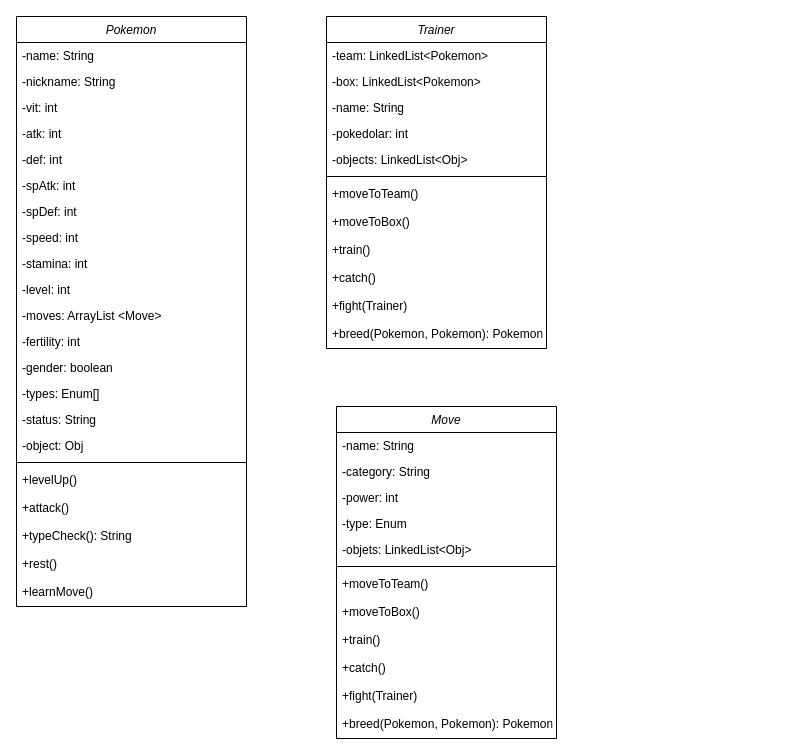
This is dia/DiagramaClasesPokemon.drawio from GabriLoren/Pokemon, a draw.io file, before an edit. Source tidied: cells renumbered, new cells numbered last; positions are measured from the earlier drawing's top-left corner, leaving out a move shared by most shapes. Both pictures are drawn from the tidied source at 100%, with x=0, y=0 at pixel (16, 16).
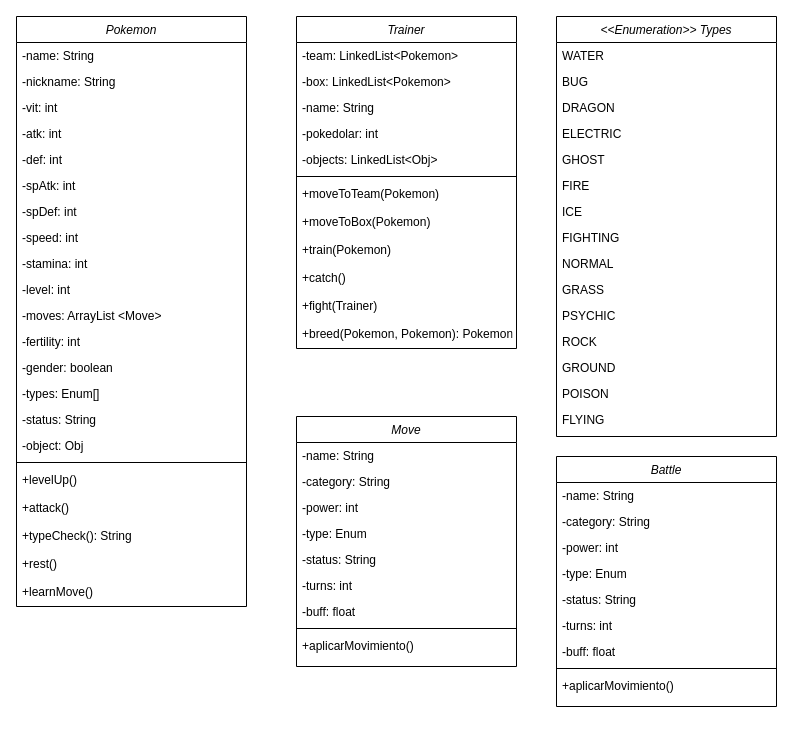
The same page after the edit.

Commit message (it also covers changes not shown here):
Progreso diagrama de clases

Diff of the diagram source:
```diff
@@
     <mxCell id="25" value="Trainer" style="swimlane;fontStyle=2;align=center;verticalAlign=top;horizontal=1;startSize=26;rounded=0;shadow=0;strokeWidth=1;" parent="1" vertex="1">
-      <mxGeometry x="310" width="220" height="332" as="geometry" />
+      <mxGeometry x="280" width="220" height="332" as="geometry" />
     </mxCell>
@@
-    <mxCell id="32" value="+moveToTeam()" style="text;align=left;verticalAlign=top;spacingLeft=4;spacingRight=4;overflow=hidden;" parent="25" vertex="1">
+    <mxCell id="32" value="+moveToTeam(Pokemon)" style="text;align=left;verticalAlign=top;spacingLeft=4;spacingRight=4;overflow=hidden;" parent="25" vertex="1">
       <mxGeometry y="164" width="220" height="28" as="geometry" />
     </mxCell>
-    <mxCell id="33" value="+moveToBox()" style="text;align=left;verticalAlign=top;spacingLeft=4;spacingRight=4;overflow=hidden;" parent="25" vertex="1">
+    <mxCell id="33" value="+moveToBox(Pokemon)" style="text;align=left;verticalAlign=top;spacingLeft=4;spacingRight=4;overflow=hidden;" parent="25" vertex="1">
       <mxGeometry y="192" width="220" height="28" as="geometry" />
     </mxCell>
-    <mxCell id="34" value="+train()" style="text;align=left;verticalAlign=top;spacingLeft=4;spacingRight=4;overflow=hidden;" parent="25" vertex="1">
+    <mxCell id="34" value="+train(Pokemon)" style="text;align=left;verticalAlign=top;spacingLeft=4;spacingRight=4;overflow=hidden;" parent="25" vertex="1">
       <mxGeometry y="220" width="220" height="28" as="geometry" />
     </mxCell>
@@
     <mxCell id="38" value="Move" style="swimlane;fontStyle=2;align=center;verticalAlign=top;horizontal=1;startSize=26;rounded=0;shadow=0;strokeWidth=1;" parent="1" vertex="1">
-      <mxGeometry x="320" y="390" width="220" height="332" as="geometry" />
+      <mxGeometry x="280" y="400" width="220" height="250" as="geometry" />
     </mxCell>
@@
-    <mxCell id="43" value="-objets: LinkedList&lt;Obj&gt;" style="text;align=left;verticalAlign=top;spacingLeft=4;spacingRight=4;overflow=hidden;rounded=0;shadow=0;html=0;" parent="38" vertex="1">
-      <mxGeometry y="130" width="220" height="26" as="geometry" />
-    </mxCell>
+    <mxCell id="51" value="-status: String" style="text;align=left;verticalAlign=top;spacingLeft=4;spacingRight=4;overflow=hidden;rounded=0;shadow=0;html=0;" parent="38" vertex="1">
+      <mxGeometry y="130" width="220" height="26" as="geometry" />
+    </mxCell>
+    <mxCell id="52" value="-turns: int" style="text;align=left;verticalAlign=top;spacingLeft=4;spacingRight=4;overflow=hidden;rounded=0;shadow=0;html=0;" parent="38" vertex="1">
+      <mxGeometry y="156" width="220" height="26" as="geometry" />
+    </mxCell>
+    <mxCell id="53" value="-buff: float" style="text;align=left;verticalAlign=top;spacingLeft=4;spacingRight=4;overflow=hidden;rounded=0;shadow=0;html=0;" parent="38" vertex="1">
+      <mxGeometry y="182" width="220" height="26" as="geometry" />
+    </mxCell>
     <mxCell id="44" style="line;html=1;strokeWidth=1;align=left;verticalAlign=middle;spacingTop=-1;spacingLeft=3;spacingRight=3;labelPosition=right;" parent="38" vertex="1">
-      <mxGeometry y="156" width="220" height="8" as="geometry" />
+      <mxGeometry y="208" width="220" height="8" as="geometry" />
     </mxCell>
-    <mxCell id="45" value="+moveToTeam()" style="text;align=left;verticalAlign=top;spacingLeft=4;spacingRight=4;overflow=hidden;" parent="38" vertex="1">
-      <mxGeometry y="164" width="220" height="28" as="geometry" />
+    <mxCell id="45" value="+aplicarMovimiento()" style="text;align=left;verticalAlign=top;spacingLeft=4;spacingRight=4;overflow=hidden;" parent="38" vertex="1">
+      <mxGeometry y="216" width="220" height="28" as="geometry" />
     </mxCell>
-    <mxCell id="46" value="+moveToBox()" style="text;align=left;verticalAlign=top;spacingLeft=4;spacingRight=4;overflow=hidden;" parent="38" vertex="1">
-      <mxGeometry y="192" width="220" height="28" as="geometry" />
-    </mxCell>
-    <mxCell id="47" value="+train()" style="text;align=left;verticalAlign=top;spacingLeft=4;spacingRight=4;overflow=hidden;" parent="38" vertex="1">
-      <mxGeometry y="220" width="220" height="28" as="geometry" />
-    </mxCell>
-    <mxCell id="48" value="+catch()" style="text;align=left;verticalAlign=top;spacingLeft=4;spacingRight=4;overflow=hidden;" parent="38" vertex="1">
-      <mxGeometry y="248" width="220" height="28" as="geometry" />
-    </mxCell>
-    <mxCell id="49" value="+fight(Trainer)" style="text;align=left;verticalAlign=top;spacingLeft=4;spacingRight=4;overflow=hidden;" parent="38" vertex="1">
-      <mxGeometry y="276" width="220" height="28" as="geometry" />
-    </mxCell>
-    <mxCell id="50" value="+breed(Pokemon, Pokemon): Pokemon" style="text;align=left;verticalAlign=top;spacingLeft=4;spacingRight=4;overflow=hidden;" parent="38" vertex="1">
-      <mxGeometry y="304" width="220" height="28" as="geometry" />
-    </mxCell>
+    <mxCell id="54" value="&lt;&lt;Enumeration&gt;&gt; Types" style="swimlane;fontStyle=2;align=center;verticalAlign=top;horizontal=1;startSize=26;rounded=0;shadow=0;strokeWidth=1;fontSize=12;" parent="1" vertex="1">
+      <mxGeometry x="540" width="220" height="420" as="geometry" />
+    </mxCell>
+    <mxCell id="55" value="WATER" style="text;align=left;verticalAlign=top;spacingLeft=4;spacingRight=4;overflow=hidden;rounded=0;shadow=0;html=0;" parent="54" vertex="1">
+      <mxGeometry y="26" width="220" height="26" as="geometry" />
+    </mxCell>
+    <mxCell id="56" value="BUG" style="text;align=left;verticalAlign=top;spacingLeft=4;spacingRight=4;overflow=hidden;" parent="54" vertex="1">
+      <mxGeometry y="52" width="220" height="26" as="geometry" />
+    </mxCell>
+    <mxCell id="57" value="DRAGON" style="text;align=left;verticalAlign=top;spacingLeft=4;spacingRight=4;overflow=hidden;rounded=0;shadow=0;html=0;" parent="54" vertex="1">
+      <mxGeometry y="78" width="220" height="26" as="geometry" />
+    </mxCell>
+    <mxCell id="58" value="ELECTRIC" style="text;align=left;verticalAlign=top;spacingLeft=4;spacingRight=4;overflow=hidden;rounded=0;shadow=0;html=0;" parent="54" vertex="1">
+      <mxGeometry y="104" width="220" height="26" as="geometry" />
+    </mxCell>
+    <mxCell id="59" value="GHOST" style="text;align=left;verticalAlign=top;spacingLeft=4;spacingRight=4;overflow=hidden;rounded=0;shadow=0;html=0;" parent="54" vertex="1">
+      <mxGeometry y="130" width="220" height="26" as="geometry" />
+    </mxCell>
+    <mxCell id="60" value="FIRE" style="text;align=left;verticalAlign=top;spacingLeft=4;spacingRight=4;overflow=hidden;rounded=0;shadow=0;html=0;" parent="54" vertex="1">
+      <mxGeometry y="156" width="220" height="26" as="geometry" />
+    </mxCell>
+    <mxCell id="61" value="ICE" style="text;align=left;verticalAlign=top;spacingLeft=4;spacingRight=4;overflow=hidden;rounded=0;shadow=0;html=0;" parent="54" vertex="1">
+      <mxGeometry y="182" width="220" height="26" as="geometry" />
+    </mxCell>
+    <mxCell id="62" value="FIGHTING" style="text;align=left;verticalAlign=top;spacingLeft=4;spacingRight=4;overflow=hidden;rounded=0;shadow=0;html=0;" parent="54" vertex="1">
+      <mxGeometry y="208" width="220" height="26" as="geometry" />
+    </mxCell>
+    <mxCell id="63" value="NORMAL" style="text;align=left;verticalAlign=top;spacingLeft=4;spacingRight=4;overflow=hidden;rounded=0;shadow=0;html=0;" parent="54" vertex="1">
+      <mxGeometry y="234" width="220" height="26" as="geometry" />
+    </mxCell>
+    <mxCell id="64" value="GRASS" style="text;align=left;verticalAlign=top;spacingLeft=4;spacingRight=4;overflow=hidden;rounded=0;shadow=0;html=0;" parent="54" vertex="1">
+      <mxGeometry y="260" width="220" height="26" as="geometry" />
+    </mxCell>
+    <mxCell id="65" value="PSYCHIC" style="text;align=left;verticalAlign=top;spacingLeft=4;spacingRight=4;overflow=hidden;rounded=0;shadow=0;html=0;" parent="54" vertex="1">
+      <mxGeometry y="286" width="220" height="26" as="geometry" />
+    </mxCell>
+    <mxCell id="66" value="ROCK" style="text;align=left;verticalAlign=top;spacingLeft=4;spacingRight=4;overflow=hidden;rounded=0;shadow=0;html=0;" parent="54" vertex="1">
+      <mxGeometry y="312" width="220" height="26" as="geometry" />
+    </mxCell>
+    <mxCell id="67" value="GROUND" style="text;align=left;verticalAlign=top;spacingLeft=4;spacingRight=4;overflow=hidden;rounded=0;shadow=0;html=0;" parent="54" vertex="1">
+      <mxGeometry y="338" width="220" height="26" as="geometry" />
+    </mxCell>
+    <mxCell id="68" value="POISON" style="text;align=left;verticalAlign=top;spacingLeft=4;spacingRight=4;overflow=hidden;rounded=0;shadow=0;html=0;" parent="54" vertex="1">
+      <mxGeometry y="364" width="220" height="26" as="geometry" />
+    </mxCell>
+    <mxCell id="69" value="FLYING" style="text;align=left;verticalAlign=top;spacingLeft=4;spacingRight=4;overflow=hidden;rounded=0;shadow=0;html=0;" parent="54" vertex="1">
+      <mxGeometry y="390" width="220" height="26" as="geometry" />
+    </mxCell>
+    <mxCell id="70" value="Battle" style="swimlane;fontStyle=2;align=center;verticalAlign=top;horizontal=1;startSize=26;rounded=0;shadow=0;strokeWidth=1;" parent="1" vertex="1">
+      <mxGeometry x="540" y="440" width="220" height="250" as="geometry" />
+    </mxCell>
+    <mxCell id="71" value="-name: String" style="text;align=left;verticalAlign=top;spacingLeft=4;spacingRight=4;overflow=hidden;rounded=0;shadow=0;html=0;" parent="70" vertex="1">
+      <mxGeometry y="26" width="220" height="26" as="geometry" />
+    </mxCell>
+    <mxCell id="72" value="-category: String " style="text;align=left;verticalAlign=top;spacingLeft=4;spacingRight=4;overflow=hidden;" parent="70" vertex="1">
+      <mxGeometry y="52" width="220" height="26" as="geometry" />
+    </mxCell>
+    <mxCell id="73" value="-power: int " style="text;align=left;verticalAlign=top;spacingLeft=4;spacingRight=4;overflow=hidden;rounded=0;shadow=0;html=0;" parent="70" vertex="1">
+      <mxGeometry y="78" width="220" height="26" as="geometry" />
+    </mxCell>
+    <mxCell id="74" value="-type: Enum" style="text;align=left;verticalAlign=top;spacingLeft=4;spacingRight=4;overflow=hidden;rounded=0;shadow=0;html=0;" parent="70" vertex="1">
+      <mxGeometry y="104" width="220" height="26" as="geometry" />
+    </mxCell>
+    <mxCell id="75" value="-status: String" style="text;align=left;verticalAlign=top;spacingLeft=4;spacingRight=4;overflow=hidden;rounded=0;shadow=0;html=0;" parent="70" vertex="1">
+      <mxGeometry y="130" width="220" height="26" as="geometry" />
+    </mxCell>
+    <mxCell id="76" value="-turns: int" style="text;align=left;verticalAlign=top;spacingLeft=4;spacingRight=4;overflow=hidden;rounded=0;shadow=0;html=0;" parent="70" vertex="1">
+      <mxGeometry y="156" width="220" height="26" as="geometry" />
+    </mxCell>
+    <mxCell id="77" value="-buff: float" style="text;align=left;verticalAlign=top;spacingLeft=4;spacingRight=4;overflow=hidden;rounded=0;shadow=0;html=0;" parent="70" vertex="1">
+      <mxGeometry y="182" width="220" height="26" as="geometry" />
+    </mxCell>
+    <mxCell id="78" style="line;html=1;strokeWidth=1;align=left;verticalAlign=middle;spacingTop=-1;spacingLeft=3;spacingRight=3;labelPosition=right;" parent="70" vertex="1">
+      <mxGeometry y="208" width="220" height="8" as="geometry" />
+    </mxCell>
+    <mxCell id="79" value="+aplicarMovimiento()" style="text;align=left;verticalAlign=top;spacingLeft=4;spacingRight=4;overflow=hidden;" parent="70" vertex="1">
+      <mxGeometry y="216" width="220" height="28" as="geometry" />
+    </mxCell>
```
